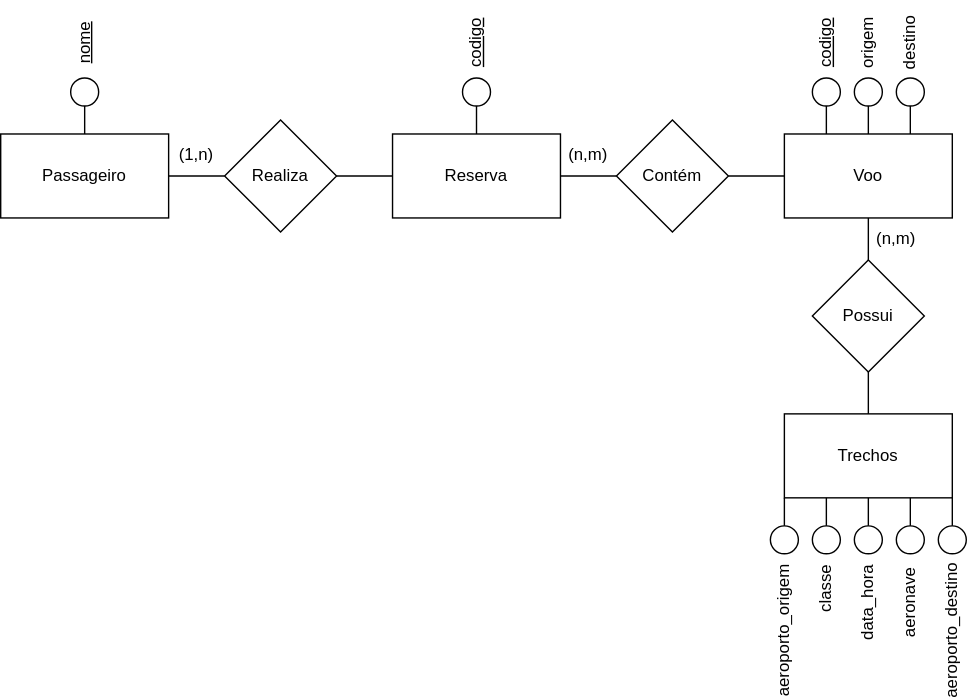
The draw.io diagram Lista1_28-03/Ex3.svg in andreeeeeeeee/Engenharia_Software, before a commit. Source tidied: cells renumbered, new cells last; positions are measured from the earlier drawing's top-left corner, leaving out a move shared by most shapes. Source of this version:
```xml
<mxGraphModel>
  <root>
    <mxCell id="0" />
    <mxCell id="1" parent="0" />
    <mxCell id="2" value="Passageiro" style="rounded=0;whiteSpace=wrap;html=1;" parent="1" vertex="1">
      <mxGeometry y="80" width="120" height="60" as="geometry" />
    </mxCell>
    <mxCell id="3" value="Realiza" style="rhombus;whiteSpace=wrap;html=1;" parent="1" vertex="1">
      <mxGeometry x="160" y="70" width="80" height="80" as="geometry" />
    </mxCell>
    <mxCell id="4" value="Reserva" style="rounded=0;whiteSpace=wrap;html=1;" parent="1" vertex="1">
      <mxGeometry x="280" y="80" width="120" height="60" as="geometry" />
    </mxCell>
    <mxCell id="5" style="ellipse;whiteSpace=wrap;html=1;" parent="1" vertex="1">
      <mxGeometry x="50" y="40" width="20" height="20" as="geometry" />
    </mxCell>
    <mxCell id="6" value="&lt;u&gt;nome&lt;/u&gt;" style="text;html=1;strokeColor=none;fillColor=none;align=center;verticalAlign=middle;whiteSpace=wrap;rounded=0;rotation=-90;" parent="1" vertex="1">
      <mxGeometry x="30" width="60" height="30" as="geometry" />
    </mxCell>
    <mxCell id="7" style="endArrow=none;html=1;rounded=0;" parent="1" edge="1" source="2" target="5">
      <mxGeometry relative="1" as="geometry" />
    </mxCell>
    <mxCell id="8" style="endArrow=none;html=1;rounded=0;" parent="1" edge="1" source="2" target="3">
      <mxGeometry relative="1" as="geometry" />
    </mxCell>
    <mxCell id="9" style="endArrow=none;html=1;rounded=0;" parent="1" edge="1" source="3" target="4">
      <mxGeometry relative="1" as="geometry" />
    </mxCell>
    <mxCell id="10" value="Contém" style="rhombus;whiteSpace=wrap;html=1;" parent="1" vertex="1">
      <mxGeometry x="440" y="70" width="80" height="80" as="geometry" />
    </mxCell>
    <mxCell id="11" value="Voo" style="rounded=0;whiteSpace=wrap;html=1;" parent="1" vertex="1">
      <mxGeometry x="560" y="80" width="120" height="60" as="geometry" />
    </mxCell>
    <mxCell id="12" value="Possui" style="rhombus;whiteSpace=wrap;html=1;" parent="1" vertex="1">
      <mxGeometry x="580" y="170" width="80" height="80" as="geometry" />
    </mxCell>
    <mxCell id="13" value="Trechos" style="rounded=0;whiteSpace=wrap;html=1;" parent="1" vertex="1">
      <mxGeometry x="560" y="280" width="120" height="60" as="geometry" />
    </mxCell>
    <mxCell id="14" style="endArrow=none;html=1;rounded=0;" parent="1" edge="1" source="4" target="10">
      <mxGeometry relative="1" as="geometry" />
    </mxCell>
    <mxCell id="15" style="endArrow=none;html=1;rounded=0;" parent="1" edge="1" source="10" target="11">
      <mxGeometry relative="1" as="geometry" />
    </mxCell>
    <mxCell id="16" style="endArrow=none;html=1;rounded=0;" parent="1" edge="1" source="11" target="12">
      <mxGeometry relative="1" as="geometry" />
    </mxCell>
    <mxCell id="17" style="endArrow=none;html=1;rounded=0;" parent="1" edge="1" source="12" target="13">
      <mxGeometry relative="1" as="geometry" />
    </mxCell>
    <mxCell id="18" style="ellipse;whiteSpace=wrap;html=1;" parent="1" vertex="1">
      <mxGeometry x="610" y="40" width="20" height="20" as="geometry" />
    </mxCell>
    <mxCell id="19" style="ellipse;whiteSpace=wrap;html=1;" parent="1" vertex="1">
      <mxGeometry x="640" y="40" width="20" height="20" as="geometry" />
    </mxCell>
    <mxCell id="20" style="ellipse;whiteSpace=wrap;html=1;" parent="1" vertex="1">
      <mxGeometry x="580" y="40" width="20" height="20" as="geometry" />
    </mxCell>
    <mxCell id="21" style="endArrow=none;html=1;rounded=0;exitX=0.25;exitY=0;exitDx=0;exitDy=0;" parent="1" edge="1" source="11" target="20">
      <mxGeometry relative="1" as="geometry" />
    </mxCell>
    <mxCell id="22" style="endArrow=none;html=1;rounded=0;" parent="1" edge="1" source="11" target="18">
      <mxGeometry relative="1" as="geometry" />
    </mxCell>
    <mxCell id="23" style="endArrow=none;html=1;rounded=0;exitX=0.75;exitY=0;exitDx=0;exitDy=0;" parent="1" edge="1" source="11" target="19">
      <mxGeometry relative="1" as="geometry" />
    </mxCell>
    <mxCell id="24" value="&lt;u&gt;codigo&lt;/u&gt;" style="text;html=1;strokeColor=none;fillColor=none;align=center;verticalAlign=middle;whiteSpace=wrap;rounded=0;rotation=-90;" parent="1" vertex="1">
      <mxGeometry x="560" width="60" height="30" as="geometry" />
    </mxCell>
    <mxCell id="25" value="origem" style="text;html=1;strokeColor=none;fillColor=none;align=center;verticalAlign=middle;whiteSpace=wrap;rounded=0;rotation=-90;" parent="1" vertex="1">
      <mxGeometry x="590" width="60" height="30" as="geometry" />
    </mxCell>
    <mxCell id="26" value="destino" style="text;html=1;strokeColor=none;fillColor=none;align=center;verticalAlign=middle;whiteSpace=wrap;rounded=0;rotation=-90;" parent="1" vertex="1">
      <mxGeometry x="620" width="60" height="30" as="geometry" />
    </mxCell>
    <mxCell id="27" style="ellipse;whiteSpace=wrap;html=1;" parent="1" vertex="1">
      <mxGeometry x="610" y="360" width="20" height="20" as="geometry" />
    </mxCell>
    <mxCell id="28" style="ellipse;whiteSpace=wrap;html=1;" parent="1" vertex="1">
      <mxGeometry x="640" y="360" width="20" height="20" as="geometry" />
    </mxCell>
    <mxCell id="29" style="ellipse;whiteSpace=wrap;html=1;" parent="1" vertex="1">
      <mxGeometry x="580" y="360" width="20" height="20" as="geometry" />
    </mxCell>
    <mxCell id="30" style="endArrow=none;html=1;rounded=0;entryX=0.25;entryY=1;entryDx=0;entryDy=0;" parent="1" edge="1" source="29" target="13">
      <mxGeometry relative="1" as="geometry" />
    </mxCell>
    <mxCell id="31" style="endArrow=none;html=1;rounded=0;" parent="1" edge="1" source="13" target="27">
      <mxGeometry relative="1" as="geometry" />
    </mxCell>
    <mxCell id="32" style="endArrow=none;html=1;rounded=0;exitX=0.75;exitY=1;exitDx=0;exitDy=0;" parent="1" edge="1" source="13" target="28">
      <mxGeometry relative="1" as="geometry" />
    </mxCell>
    <mxCell id="33" value="data_hora" style="text;html=1;strokeColor=none;fillColor=none;align=center;verticalAlign=middle;whiteSpace=wrap;rounded=0;rotation=-90;" parent="1" vertex="1">
      <mxGeometry x="590" y="400" width="60" height="30" as="geometry" />
    </mxCell>
    <mxCell id="34" value="aeroporto_destino" style="text;html=1;strokeColor=none;fillColor=none;align=center;verticalAlign=middle;whiteSpace=wrap;rounded=0;rotation=-90;" parent="1" vertex="1">
      <mxGeometry x="650" y="420" width="60" height="30" as="geometry" />
    </mxCell>
    <mxCell id="35" value="aeroporto_origem" style="text;html=1;strokeColor=none;fillColor=none;align=center;verticalAlign=middle;whiteSpace=wrap;rounded=0;rotation=-90;" parent="1" vertex="1">
      <mxGeometry x="530" y="420" width="60" height="30" as="geometry" />
    </mxCell>
    <mxCell id="36" style="ellipse;whiteSpace=wrap;html=1;" parent="1" vertex="1">
      <mxGeometry x="550" y="360" width="20" height="20" as="geometry" />
    </mxCell>
    <mxCell id="37" style="ellipse;whiteSpace=wrap;html=1;" parent="1" vertex="1">
      <mxGeometry x="670" y="360" width="20" height="20" as="geometry" />
    </mxCell>
    <mxCell id="38" style="endArrow=none;html=1;rounded=0;exitX=0;exitY=1;exitDx=0;exitDy=0;" parent="1" edge="1" source="13" target="36">
      <mxGeometry relative="1" as="geometry" />
    </mxCell>
    <mxCell id="39" style="endArrow=none;html=1;rounded=0;entryX=1;entryY=1;entryDx=0;entryDy=0;" parent="1" edge="1" source="37" target="13">
      <mxGeometry relative="1" as="geometry" />
    </mxCell>
    <mxCell id="40" value="classe" style="text;html=1;strokeColor=none;fillColor=none;align=center;verticalAlign=middle;whiteSpace=wrap;rounded=0;rotation=-90;" parent="1" vertex="1">
      <mxGeometry x="560" y="390" width="60" height="30" as="geometry" />
    </mxCell>
    <mxCell id="41" value="aeronave" style="text;html=1;strokeColor=none;fillColor=none;align=center;verticalAlign=middle;whiteSpace=wrap;rounded=0;rotation=-90;" parent="1" vertex="1">
      <mxGeometry x="620" y="400" width="60" height="30" as="geometry" />
    </mxCell>
    <mxCell id="42" value="&lt;u&gt;codigo&lt;/u&gt;" style="text;html=1;strokeColor=none;fillColor=none;align=center;verticalAlign=middle;whiteSpace=wrap;rounded=0;rotation=-90;" parent="1" vertex="1">
      <mxGeometry x="310" width="60" height="30" as="geometry" />
    </mxCell>
    <mxCell id="43" style="ellipse;whiteSpace=wrap;html=1;" parent="1" vertex="1">
      <mxGeometry x="330" y="40" width="20" height="20" as="geometry" />
    </mxCell>
    <mxCell id="44" style="endArrow=none;html=1;rounded=0;" parent="1" edge="1" source="43" target="4">
      <mxGeometry relative="1" as="geometry" />
    </mxCell>
    <mxCell id="45" value="(1,n)" style="text;html=1;strokeColor=none;fillColor=none;align=center;verticalAlign=middle;whiteSpace=wrap;rounded=0;" parent="1" vertex="1">
      <mxGeometry x="110" y="80" width="60" height="30" as="geometry" />
    </mxCell>
    <mxCell id="46" value="(n,m)" style="text;html=1;strokeColor=none;fillColor=none;align=center;verticalAlign=middle;whiteSpace=wrap;rounded=0;" parent="1" vertex="1">
      <mxGeometry x="390" y="80" width="60" height="30" as="geometry" />
    </mxCell>
    <mxCell id="47" value="(n,m)" style="text;html=1;strokeColor=none;fillColor=none;align=center;verticalAlign=middle;whiteSpace=wrap;rounded=0;" parent="1" vertex="1">
      <mxGeometry x="610" y="140" width="60" height="30" as="geometry" />
    </mxCell>
  </root>
</mxGraphModel>
```
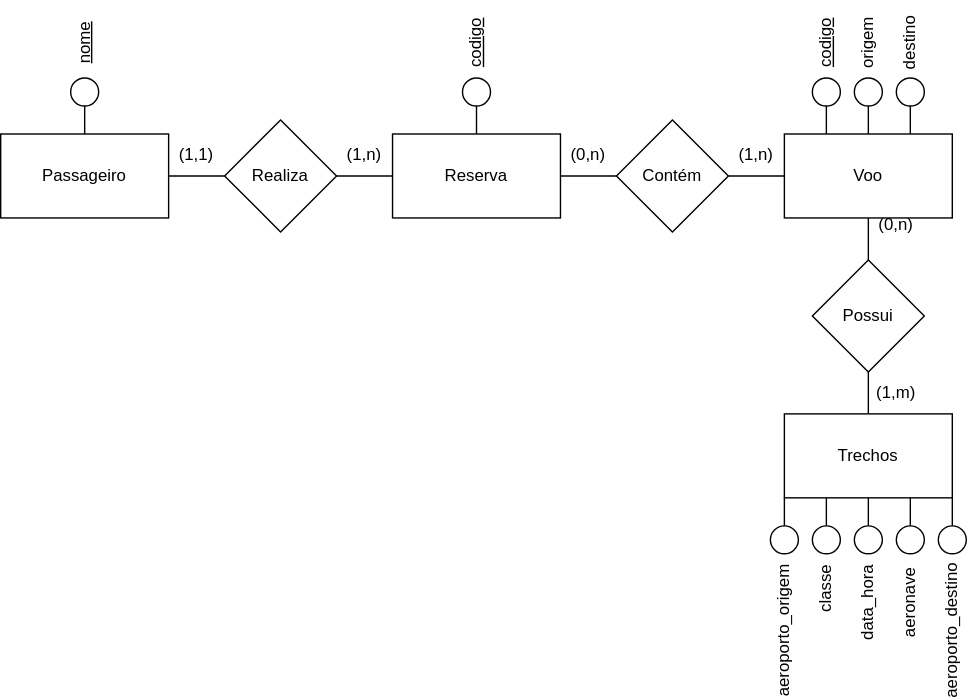
The same file after the commit.

What changed in the source:
```diff
@@ -132,13 +132,22 @@
       <mxGeometry relative="1" as="geometry" />
     </mxCell>
     <mxCell id="45" value="(1,n)" style="text;html=1;strokeColor=none;fillColor=none;align=center;verticalAlign=middle;whiteSpace=wrap;rounded=0;" parent="1" vertex="1">
-      <mxGeometry x="110" y="80" width="60" height="30" as="geometry" />
+      <mxGeometry x="230" y="80" width="60" height="30" as="geometry" />
     </mxCell>
-    <mxCell id="46" value="(n,m)" style="text;html=1;strokeColor=none;fillColor=none;align=center;verticalAlign=middle;whiteSpace=wrap;rounded=0;" parent="1" vertex="1">
+    <mxCell id="46" value="(0,n)" style="text;html=1;strokeColor=none;fillColor=none;align=center;verticalAlign=middle;whiteSpace=wrap;rounded=0;" parent="1" vertex="1">
       <mxGeometry x="390" y="80" width="60" height="30" as="geometry" />
     </mxCell>
-    <mxCell id="47" value="(n,m)" style="text;html=1;strokeColor=none;fillColor=none;align=center;verticalAlign=middle;whiteSpace=wrap;rounded=0;" parent="1" vertex="1">
-      <mxGeometry x="610" y="140" width="60" height="30" as="geometry" />
+    <mxCell id="47" value="(1,m)" style="text;html=1;strokeColor=none;fillColor=none;align=center;verticalAlign=middle;whiteSpace=wrap;rounded=0;" parent="1" vertex="1">
+      <mxGeometry x="610" y="250" width="60" height="30" as="geometry" />
     </mxCell>
+    <mxCell id="48" value="(1,1)" style="text;html=1;strokeColor=none;fillColor=none;align=center;verticalAlign=middle;whiteSpace=wrap;rounded=0;" parent="1" vertex="1">
+      <mxGeometry x="110" y="80" width="60" height="30" as="geometry" />
+    </mxCell>
+    <mxCell id="49" value="(1,n)" style="text;html=1;strokeColor=none;fillColor=none;align=center;verticalAlign=middle;whiteSpace=wrap;rounded=0;" parent="1" vertex="1">
+      <mxGeometry x="510" y="80" width="60" height="30" as="geometry" />
+    </mxCell>
+    <mxCell id="50" value="(0,n)" style="text;html=1;strokeColor=none;fillColor=none;align=center;verticalAlign=middle;whiteSpace=wrap;rounded=0;" parent="1" vertex="1">
+      <mxGeometry x="610" y="130" width="60" height="30" as="geometry" />
+    </mxCell>
   </root>
 </mxGraphModel>
```
